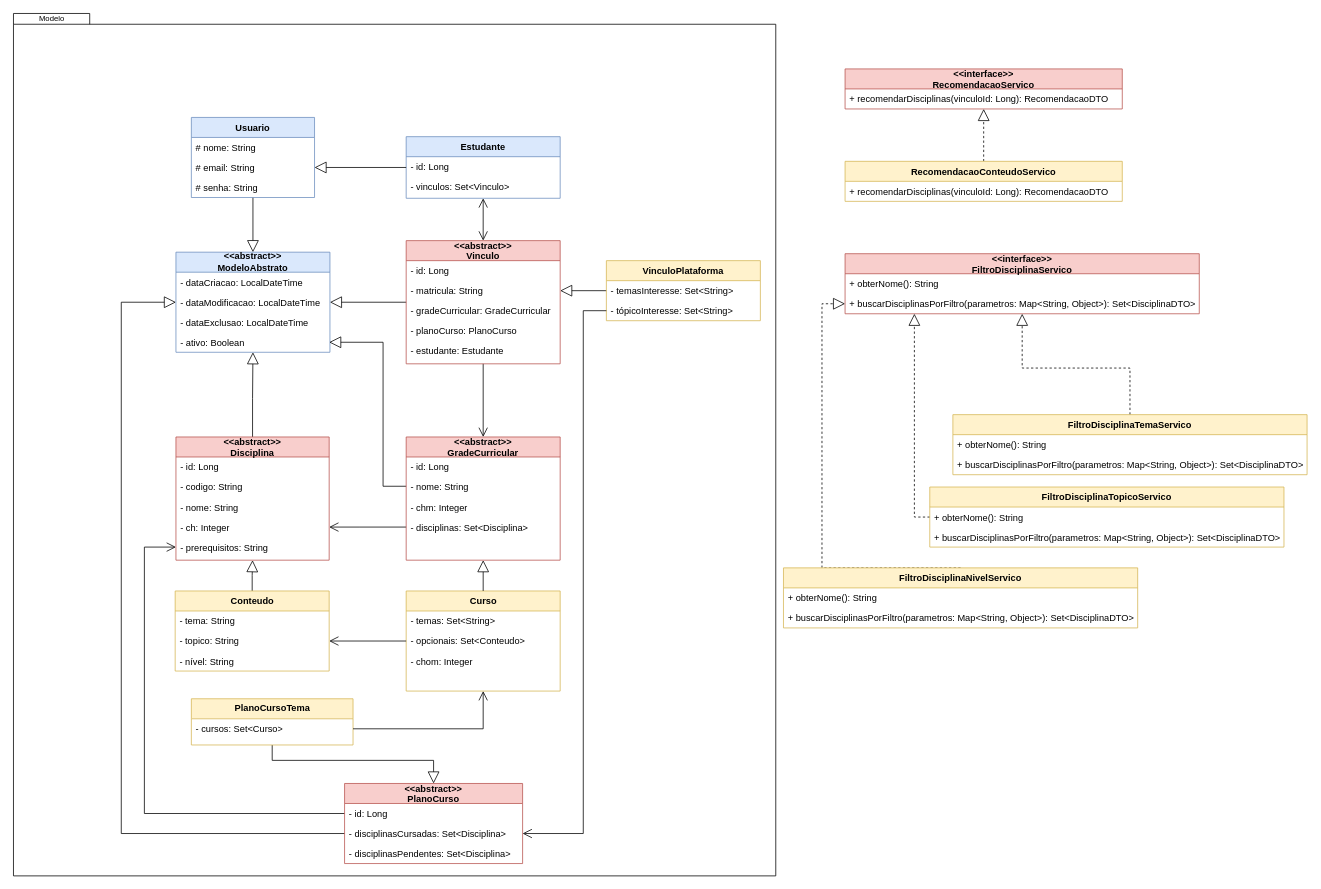
This is page "Modelo (app 3)" (5 of 9) of planejamento/modelagem/Temp.drawio from arturo32/PODE, a draw.io file, before an edit. Source tidied: cells renumbered, new cells numbered last; positions are measured from the earlier drawing's top-left corner, leaving out a move shared by most shapes. Both pictures are drawn from the tidied source at 77%, with x=0, y=0 at pixel (13, 13).
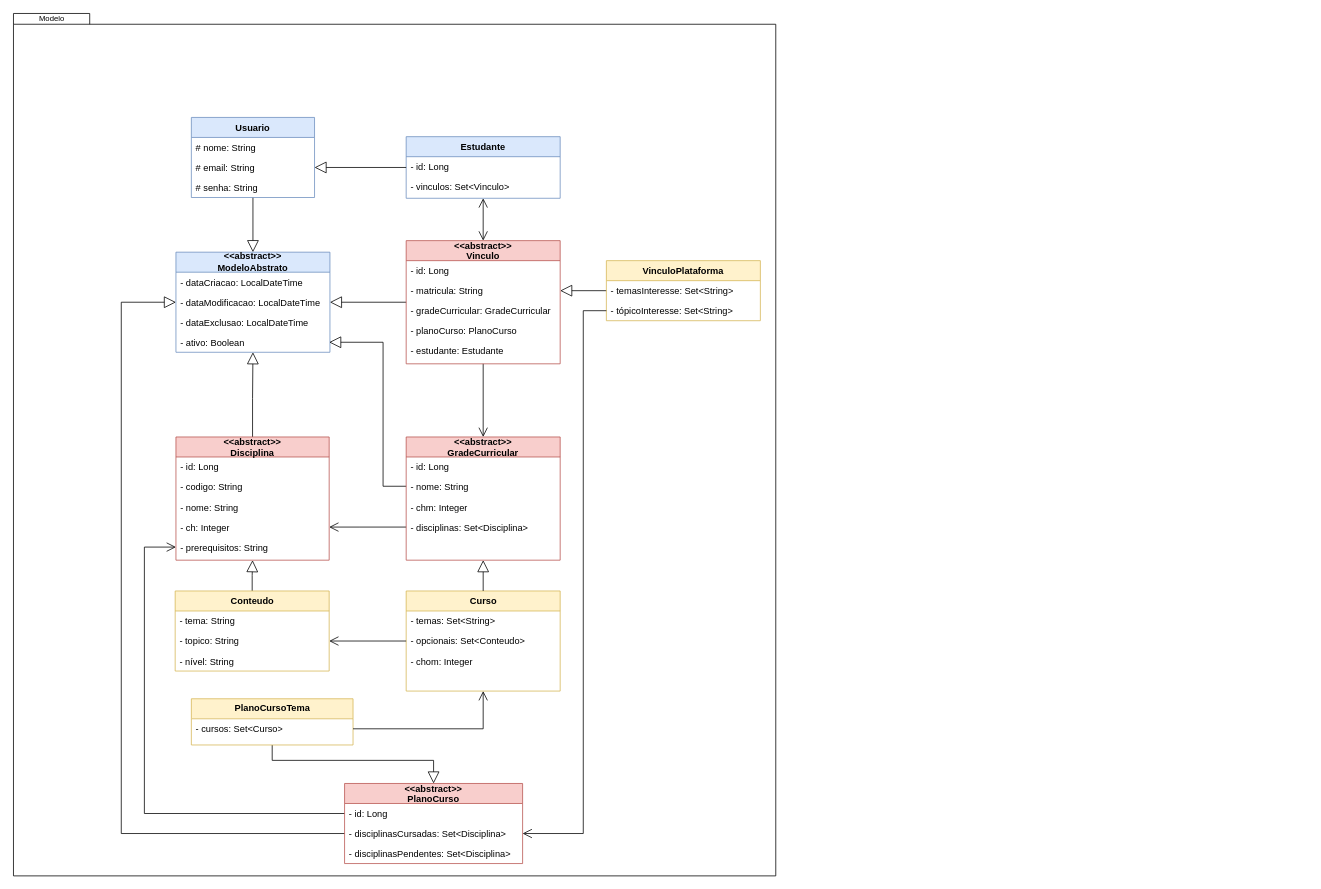
The same page after the edit.

Diff of the diagram source:
```diff
@@
-    <mxCell id="23" value="&lt;&lt;interface&gt;&gt;&#10;RecomendacaoServico" style="swimlane;fontStyle=1;align=center;verticalAlign=middle;horizontal=1;startSize=26;fontSize=12;fillColor=#f8cecc;strokeColor=#b85450;" parent="1" vertex="1">
-      <mxGeometry x="1080" y="72" width="360" height="52" as="geometry" />
-    </mxCell>
-    <mxCell id="24" value="+ recomendarDisciplinas(vinculoId: Long): RecomendacaoDTO" style="text;strokeColor=none;fillColor=none;align=left;verticalAlign=top;spacingLeft=4;spacingRight=4;overflow=hidden;fontSize=12;" parent="23" vertex="1">
-      <mxGeometry y="26" width="360" height="26" as="geometry" />
-    </mxCell>
-    <mxCell id="25" value="&lt;&lt;interface&gt;&gt;&#10;FiltroDisciplinaServico" style="swimlane;fontStyle=1;align=center;verticalAlign=middle;horizontal=1;startSize=26;fontSize=12;fillColor=#f8cecc;strokeColor=#b85450;" parent="1" vertex="1">
-      <mxGeometry x="1080" y="312" width="460" height="78" as="geometry" />
-    </mxCell>
-    <mxCell id="26" value="+ obterNome(): String" style="text;strokeColor=none;fillColor=none;align=left;verticalAlign=top;spacingLeft=4;spacingRight=4;overflow=hidden;fontSize=12;" parent="25" vertex="1">
-      <mxGeometry y="26" width="460" height="26" as="geometry" />
-    </mxCell>
-    <mxCell id="27" value="+ buscarDisciplinasPorFiltro(parametros: Map&lt;String, Object&gt;): Set&lt;DisciplinaDTO&gt;" style="text;strokeColor=none;fillColor=none;align=left;verticalAlign=top;spacingLeft=4;spacingRight=4;overflow=hidden;points=[[0,0.5],[1,0.5]];portConstraint=eastwest;fontSize=12;" parent="25" vertex="1">
-      <mxGeometry y="52" width="460" height="26" as="geometry" />
-    </mxCell>
-    <mxCell id="28" style="edgeStyle=orthogonalEdgeStyle;rounded=0;jettySize=auto;html=1;entryX=0.5;entryY=1;entryDx=0;entryDy=0;fontSize=11;fontStyle=1;strokeWidth=1;endFill=0;endArrow=block;endSize=13;startSize=10;dashed=1;" parent="1" edge="1" source="29" target="23">
-      <mxGeometry relative="1" as="geometry" />
-    </mxCell>
-    <mxCell id="29" value="RecomendacaoConteudoServico" style="swimlane;fontStyle=1;align=center;verticalAlign=middle;horizontal=1;startSize=26;fontSize=12;fillColor=#fff2cc;strokeColor=#d6b656;" parent="1" vertex="1">
-      <mxGeometry x="1080" y="192" width="360" height="52" as="geometry" />
-    </mxCell>
-    <mxCell id="30" value="+ recomendarDisciplinas(vinculoId: Long): RecomendacaoDTO" style="text;strokeColor=none;fillColor=none;align=left;verticalAlign=top;spacingLeft=4;spacingRight=4;overflow=hidden;fontSize=12;" parent="29" vertex="1">
-      <mxGeometry y="26" width="360" height="26" as="geometry" />
-    </mxCell>
-    <mxCell id="31" style="edgeStyle=orthogonalEdgeStyle;rounded=0;jettySize=auto;html=1;entryX=0.5;entryY=1;entryDx=0;entryDy=0;dashed=1;fontSize=11;fontStyle=1;strokeWidth=1;endFill=0;endArrow=block;endSize=13;startSize=10;" parent="1" edge="1" source="32" target="25">
-      <mxGeometry relative="1" as="geometry" />
-    </mxCell>
-    <mxCell id="32" value="FiltroDisciplinaTemaServico" style="swimlane;fontStyle=1;align=center;verticalAlign=middle;horizontal=1;startSize=26;fontSize=12;fillColor=#fff2cc;strokeColor=#d6b656;" parent="1" vertex="1">
-      <mxGeometry x="1220" y="521" width="460" height="78" as="geometry" />
-    </mxCell>
-    <mxCell id="33" value="+ obterNome(): String" style="text;strokeColor=none;fillColor=none;align=left;verticalAlign=top;spacingLeft=4;spacingRight=4;overflow=hidden;fontSize=12;" parent="32" vertex="1">
-      <mxGeometry y="26" width="460" height="26" as="geometry" />
-    </mxCell>
-    <mxCell id="34" value="+ buscarDisciplinasPorFiltro(parametros: Map&lt;String, Object&gt;): Set&lt;DisciplinaDTO&gt;" style="text;strokeColor=none;fillColor=none;align=left;verticalAlign=top;spacingLeft=4;spacingRight=4;overflow=hidden;fontSize=12;" parent="32" vertex="1">
-      <mxGeometry y="52" width="460" height="26" as="geometry" />
-    </mxCell>
@@
-    <mxCell id="83" style="edgeStyle=orthogonalEdgeStyle;rounded=0;jettySize=auto;html=1;exitX=0;exitY=0.5;exitDx=0;exitDy=0;endArrow=block;dashed=1;fontStyle=1;strokeWidth=1;endFill=0;endSize=13;startSize=10;" parent="1" edge="1" source="85">
-      <mxGeometry relative="1" as="geometry">
-        <mxPoint x="1170" y="390" as="targetPoint" />
-        <Array as="points">
-          <mxPoint x="1170" y="654" />
-        </Array>
-      </mxGeometry>
-    </mxCell>
-    <mxCell id="84" value="FiltroDisciplinaTopicoServico" style="swimlane;fontStyle=1;align=center;verticalAlign=middle;horizontal=1;startSize=26;fontSize=12;fillColor=#fff2cc;strokeColor=#d6b656;" parent="1" vertex="1">
-      <mxGeometry x="1190" y="615" width="460" height="78" as="geometry" />
-    </mxCell>
-    <mxCell id="85" value="+ obterNome(): String" style="text;strokeColor=none;fillColor=none;align=left;verticalAlign=top;spacingLeft=4;spacingRight=4;overflow=hidden;points=[[0,0.5],[1,0.5]];portConstraint=eastwest;fontSize=12;" parent="84" vertex="1">
-      <mxGeometry y="26" width="460" height="26" as="geometry" />
-    </mxCell>
-    <mxCell id="86" value="+ buscarDisciplinasPorFiltro(parametros: Map&lt;String, Object&gt;): Set&lt;DisciplinaDTO&gt;" style="text;strokeColor=none;fillColor=none;align=left;verticalAlign=top;spacingLeft=4;spacingRight=4;overflow=hidden;fontSize=12;" parent="84" vertex="1">
-      <mxGeometry y="52" width="460" height="26" as="geometry" />
-    </mxCell>
-    <mxCell id="87" style="edgeStyle=orthogonalEdgeStyle;rounded=0;jettySize=auto;html=1;exitX=0.5;exitY=0;exitDx=0;exitDy=0;endArrow=block;dashed=1;fontStyle=1;strokeWidth=1;endFill=0;endSize=13;startSize=10;" parent="1" edge="1" source="88" target="27">
-      <mxGeometry relative="1" as="geometry">
-        <Array as="points">
-          <mxPoint x="1050" y="720" />
-          <mxPoint x="1050" y="377" />
-        </Array>
-      </mxGeometry>
-    </mxCell>
-    <mxCell id="88" value="FiltroDisciplinaNivelServico" style="swimlane;fontStyle=1;align=center;verticalAlign=middle;horizontal=1;startSize=26;fontSize=12;fillColor=#fff2cc;strokeColor=#d6b656;" parent="1" vertex="1">
-      <mxGeometry x="1000" y="720" width="460" height="78" as="geometry" />
-    </mxCell>
-    <mxCell id="89" value="+ obterNome(): String" style="text;strokeColor=none;fillColor=none;align=left;verticalAlign=top;spacingLeft=4;spacingRight=4;overflow=hidden;fontSize=12;" parent="88" vertex="1">
-      <mxGeometry y="26" width="460" height="26" as="geometry" />
-    </mxCell>
-    <mxCell id="90" value="+ buscarDisciplinasPorFiltro(parametros: Map&lt;String, Object&gt;): Set&lt;DisciplinaDTO&gt;" style="text;strokeColor=none;fillColor=none;align=left;verticalAlign=top;spacingLeft=4;spacingRight=4;overflow=hidden;fontSize=12;" parent="88" vertex="1">
-      <mxGeometry y="52" width="460" height="26" as="geometry" />
-    </mxCell>
```
